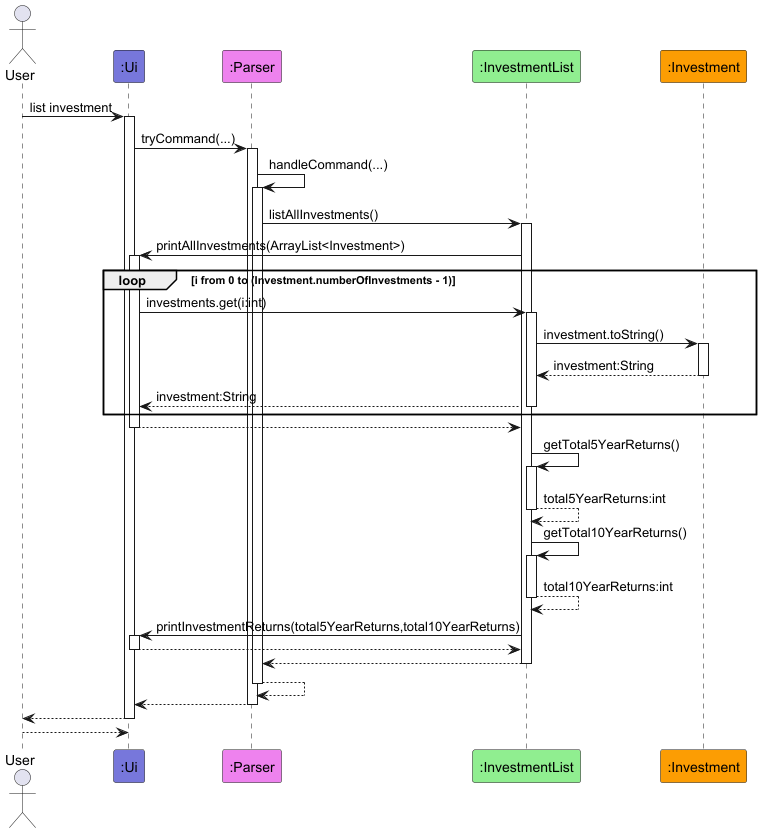
Before: docs/diagrams/ListInvestmentSequenceDiagram.png, a diagram exported from PlantUML (AY2526S1-CS2113-T10-1/tp).
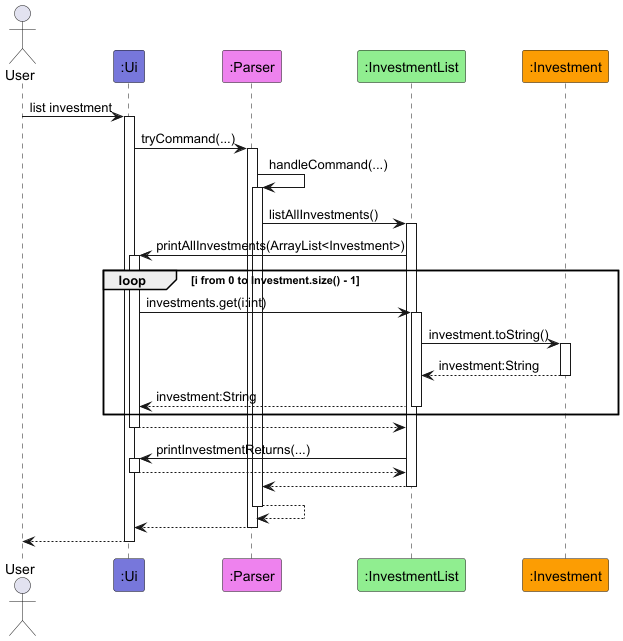
The same file after the commit.

Commit message:
Fix bugs in list investment sequence diagram

Change to the diagram source:
```diff
@@ -17,7 +17,7 @@
 Parser -> InvestmentList ++: listAllInvestments()
 
 InvestmentList -> Ui ++: printAllInvestments(ArrayList<Investment>)
-loop i from 0 to (Investment.numberOfInvestments - 1)
+loop i from 0 to Investment.size() - 1
     Ui -> InvestmentList ++: investments.get(i:int)
     InvestmentList -> Investment ++: investment.toString()
     return investment:String
@@ -25,18 +25,13 @@
     end
 return
 
-InvestmentList -> InvestmentList ++: getTotal5YearReturns()
-return total5YearReturns:int
-InvestmentList -> InvestmentList ++: getTotal10YearReturns()
-return total10YearReturns:int
-
-InvestmentList -> Ui ++: printInvestmentReturns(total5YearReturns,total10YearReturns)
+InvestmentList -> Ui ++: printInvestmentReturns(...)
 return
 
 return
 return
 return
 return
-return
+
 
 @enduml
```
